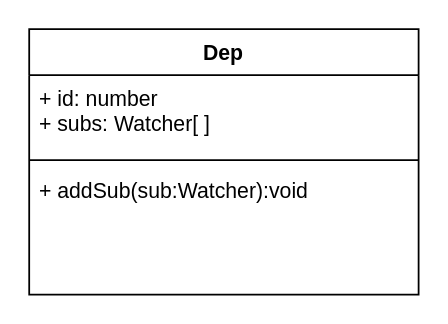
Before: vue-source/vue-classes.drawio in llorz-o/draws, a draw.io diagram. Source tidied: cells renumbered, new cells numbered last; positions are measured from the earlier drawing's top-left corner, leaving out a move shared by most shapes. Both pictures are drawn from the tidied source at 177%, with x=0, y=0 at pixel (28, 28).
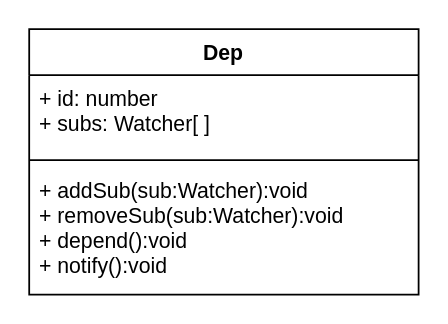
The same page after the edit.

Diff of the diagram source:
```diff
@@
 <mxGraphModel background="#ffffff">
   <root>
     <mxCell id="0" />
     <mxCell id="1" parent="0" />
     <mxCell id="2" value="Dep&#10;" style="swimlane;fontStyle=1;align=center;verticalAlign=top;horizontal=1;startSize=26;" parent="1" vertex="1">
       <mxGeometry width="220" height="150" as="geometry" />
     </mxCell>
     <mxCell id="3" value="+ id: number&#10;+ subs: Watcher[ ]" style="text;strokeColor=none;fillColor=none;align=left;verticalAlign=top;spacingLeft=4;spacingRight=4;overflow=hidden;" parent="2" vertex="1">
       <mxGeometry y="26" width="220" height="44" as="geometry" />
     </mxCell>
     <mxCell id="4" style="line;strokeWidth=1;fillColor=none;align=left;verticalAlign=middle;spacingTop=-1;spacingLeft=3;spacingRight=3;labelPosition=right;" parent="2" vertex="1">
       <mxGeometry y="70" width="220" height="8" as="geometry" />
     </mxCell>
-    <mxCell id="5" value="+ addSub(sub:Watcher):void" style="text;strokeColor=none;fillColor=none;align=left;verticalAlign=top;spacingLeft=4;spacingRight=4;overflow=hidden;" parent="2" vertex="1">
+    <mxCell id="5" value="+ addSub(sub:Watcher):void&#10;+ removeSub(sub:Watcher):void&#10;+ depend():void&#10;+ notify():void" style="text;strokeColor=none;fillColor=none;align=left;verticalAlign=top;spacingLeft=4;spacingRight=4;overflow=hidden;" parent="2" vertex="1">
       <mxGeometry y="78" width="220" height="72" as="geometry" />
     </mxCell>
   </root>
 </mxGraphModel>
```
